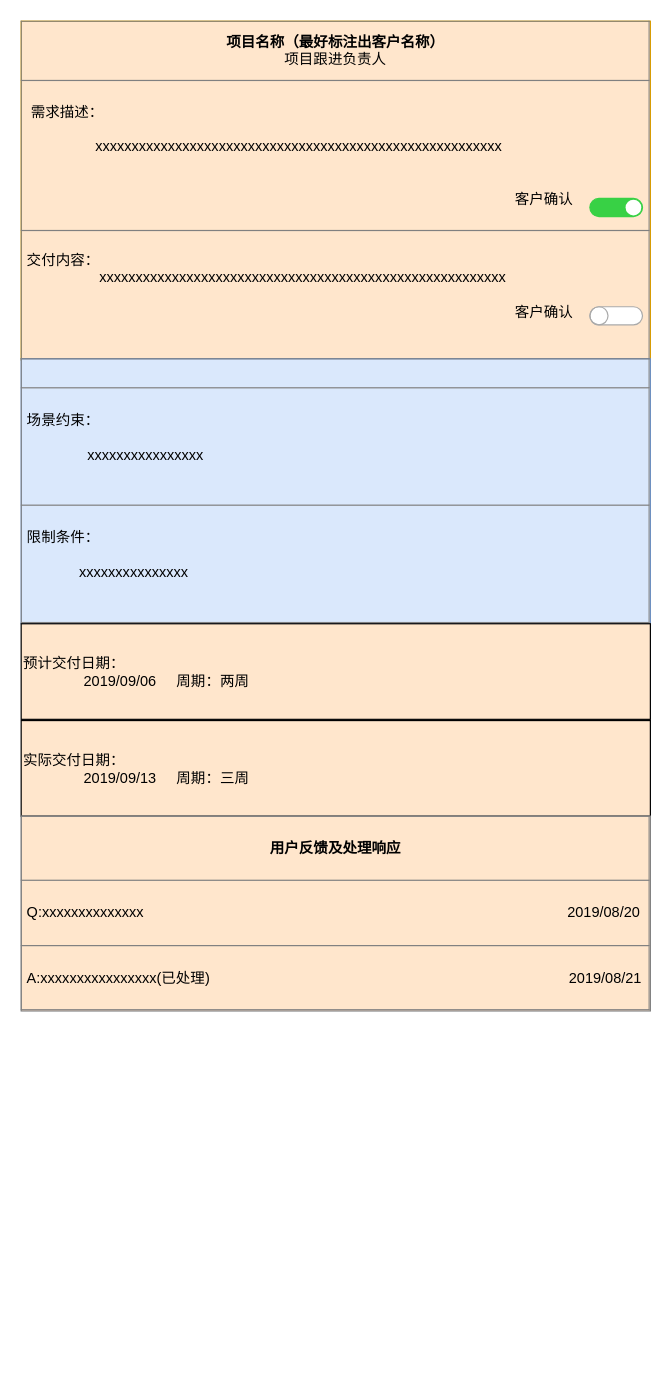
The draw.io diagram ProjectTemplateDoc.drawio in LiteZhang/OkMVP, before the edit. Source tidied: cells renumbered, new cells numbered last; positions are measured from the earlier drawing's top-left corner, leaving out a move shared by most shapes. Both pictures are drawn from the tidied source at 121%, with x=0, y=0 at pixel (21, 21).
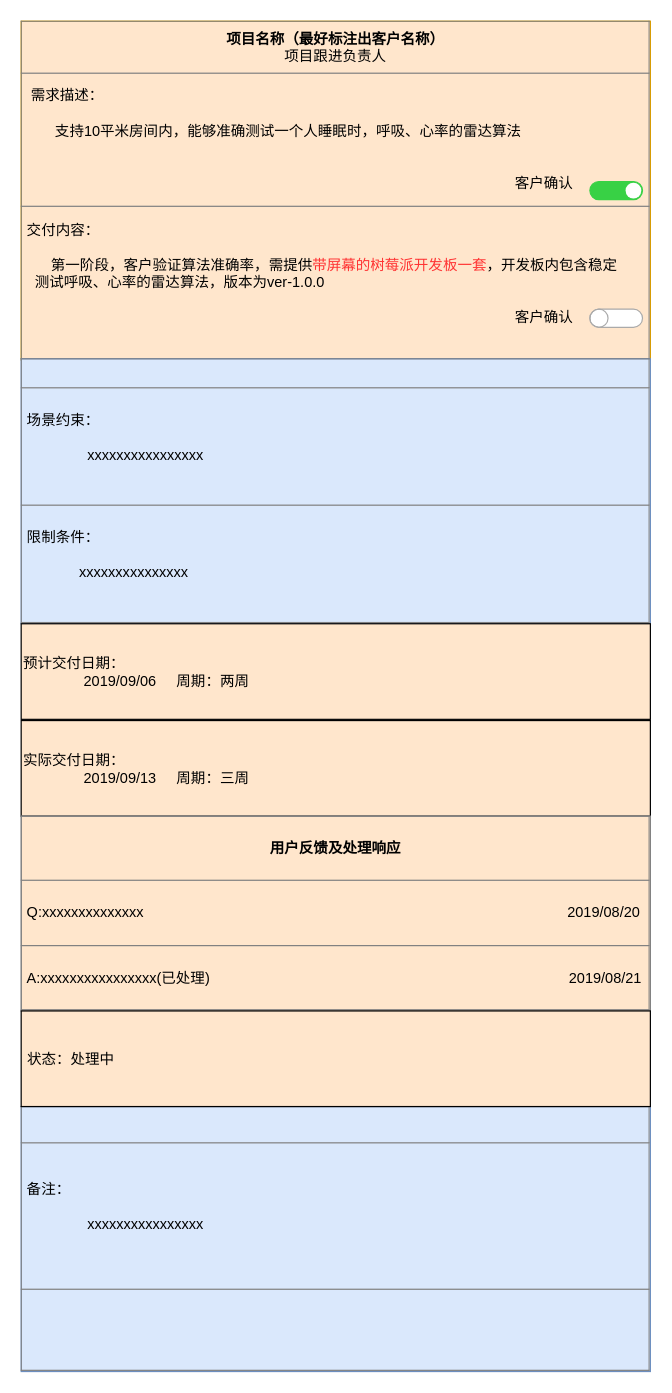
The same diagram, later.

Diff of the diagram source:
```diff
@@
 <mxGraphModel>
   <root>
     <mxCell id="0" />
     <mxCell id="1" parent="0" />
-    <mxCell id="2" value="&lt;table border=&quot;1&quot; width=&quot;100%&quot; cellpadding=&quot;4&quot; style=&quot;width: 100% ; height: 100% ; border-collapse: collapse&quot;&gt;&lt;tbody&gt;&lt;tr&gt;&lt;th align=&quot;center&quot;&gt;项目名称（最好标注出客户名称）&lt;br&gt;&lt;span style=&quot;font-weight: normal&quot;&gt;项目跟进负责人&lt;/span&gt;&lt;/th&gt;&lt;/tr&gt;&lt;tr&gt;&lt;td align=&quot;center&quot;&gt;&lt;div style=&quot;text-align: left&quot;&gt;&amp;nbsp;需求描述：&amp;nbsp;&amp;nbsp;&lt;/div&gt;&lt;div style=&quot;text-align: left&quot;&gt;&amp;nbsp; &amp;nbsp; &amp;nbsp; &amp;nbsp; &amp;nbsp; &amp;nbsp; &amp;nbsp; &amp;nbsp; &amp;nbsp; &amp;nbsp; &amp;nbsp; &amp;nbsp; &amp;nbsp; &amp;nbsp; &amp;nbsp; &amp;nbsp; &amp;nbsp; &amp;nbsp; &amp;nbsp; &amp;nbsp; &amp;nbsp; &amp;nbsp; &amp;nbsp; &amp;nbsp; &amp;nbsp; &amp;nbsp; &amp;nbsp; &amp;nbsp; &amp;nbsp; &amp;nbsp; &amp;nbsp; &amp;nbsp; &amp;nbsp; &amp;nbsp; &amp;nbsp; &amp;nbsp; &amp;nbsp; &amp;nbsp; &amp;nbsp; &amp;nbsp; &amp;nbsp; &amp;nbsp; &amp;nbsp; &amp;nbsp; &amp;nbsp; &amp;nbsp; &amp;nbsp; &amp;nbsp; &amp;nbsp; &amp;nbsp; &amp;nbsp; &amp;nbsp; &amp;nbsp; &amp;nbsp; &amp;nbsp; &amp;nbsp; &amp;nbsp; &amp;nbsp; &amp;nbsp; &amp;nbsp; &amp;nbsp;&amp;nbsp;&lt;/div&gt;&lt;div style=&quot;text-align: left&quot;&gt;&amp;nbsp; &amp;nbsp; &amp;nbsp; &amp;nbsp; &amp;nbsp; &amp;nbsp; &amp;nbsp; &amp;nbsp; &amp;nbsp;&lt;span&gt;xxxxxxxxxxxxxx&lt;/span&gt;&lt;span&gt;xxxxxxxxxxxxxx&lt;/span&gt;&lt;span&gt;xxxxxxxxxxxxxx&lt;/span&gt;&lt;span&gt;xxxxxxxxxxxxxx&lt;/span&gt;&lt;/div&gt;&lt;div style=&quot;text-align: left&quot;&gt;&lt;br&gt;&lt;/div&gt;&lt;div style=&quot;text-align: left&quot;&gt;&amp;nbsp; &amp;nbsp; &amp;nbsp; &amp;nbsp; &amp;nbsp; &amp;nbsp; &amp;nbsp; &amp;nbsp; &amp;nbsp; &amp;nbsp; &amp;nbsp; &amp;nbsp; &amp;nbsp; &amp;nbsp; &amp;nbsp; &amp;nbsp; &amp;nbsp; &amp;nbsp; &amp;nbsp; &amp;nbsp; &amp;nbsp; &amp;nbsp; &amp;nbsp; &amp;nbsp; &amp;nbsp; &amp;nbsp; &amp;nbsp; &amp;nbsp; &amp;nbsp; &amp;nbsp; &amp;nbsp; &amp;nbsp; &amp;nbsp; &amp;nbsp; &amp;nbsp; &amp;nbsp; &amp;nbsp; &amp;nbsp; &amp;nbsp; &amp;nbsp; &amp;nbsp; &amp;nbsp; &amp;nbsp; &amp;nbsp; &amp;nbsp; &amp;nbsp; &amp;nbsp; &amp;nbsp; &amp;nbsp; &amp;nbsp; &amp;nbsp; &amp;nbsp; &amp;nbsp; &amp;nbsp; &amp;nbsp; &amp;nbsp; &amp;nbsp; &amp;nbsp; &amp;nbsp; &amp;nbsp; &amp;nbsp;&lt;/div&gt;&lt;div style=&quot;text-align: left&quot;&gt;&amp;nbsp; &amp;nbsp; &amp;nbsp; &amp;nbsp; &amp;nbsp; &amp;nbsp; &amp;nbsp; &amp;nbsp; &amp;nbsp; &amp;nbsp; &amp;nbsp; &amp;nbsp; &amp;nbsp; &amp;nbsp; &amp;nbsp; &amp;nbsp; &amp;nbsp; &amp;nbsp; &amp;nbsp; &amp;nbsp; &amp;nbsp; &amp;nbsp; &amp;nbsp; &amp;nbsp; &amp;nbsp; &amp;nbsp; &amp;nbsp; &amp;nbsp; &amp;nbsp; &amp;nbsp; &amp;nbsp; &amp;nbsp; &amp;nbsp; &amp;nbsp; &amp;nbsp; &amp;nbsp; &amp;nbsp; &amp;nbsp; &amp;nbsp; &amp;nbsp; &amp;nbsp; &amp;nbsp; &amp;nbsp; &amp;nbsp; &amp;nbsp; &amp;nbsp; &amp;nbsp; &amp;nbsp; &amp;nbsp; &amp;nbsp; &amp;nbsp; &amp;nbsp; &amp;nbsp; &amp;nbsp; &amp;nbsp; &amp;nbsp; &amp;nbsp; &amp;nbsp; &amp;nbsp; &amp;nbsp; &amp;nbsp;客户确认&lt;/div&gt;&lt;/td&gt;&lt;/tr&gt;&lt;tr&gt;&lt;td align=&quot;center&quot; style=&quot;text-align: left&quot;&gt;交付内容：&lt;br&gt;&amp;nbsp; &amp;nbsp; &amp;nbsp; &amp;nbsp; &amp;nbsp; &amp;nbsp; &amp;nbsp; &amp;nbsp; &amp;nbsp; &lt;span&gt;xxxxxxxxxxxxxx&lt;/span&gt;&lt;span&gt;xxxxxxxxxxxxxx&lt;/span&gt;&lt;span&gt;xxxxxxxxxxxxxx&lt;/span&gt;&lt;span&gt;xxxxxxxxxxxxxx&lt;br&gt;&lt;br&gt;&amp;nbsp; &amp;nbsp; &amp;nbsp; &amp;nbsp; &amp;nbsp; &amp;nbsp; &amp;nbsp; &amp;nbsp; &amp;nbsp; &amp;nbsp; &amp;nbsp; &amp;nbsp; &amp;nbsp; &amp;nbsp; &amp;nbsp; &amp;nbsp; &amp;nbsp; &amp;nbsp; &amp;nbsp; &amp;nbsp; &amp;nbsp; &amp;nbsp; &amp;nbsp; &amp;nbsp; &amp;nbsp; &amp;nbsp; &amp;nbsp; &amp;nbsp; &amp;nbsp; &amp;nbsp; &amp;nbsp; &amp;nbsp; &amp;nbsp; &amp;nbsp; &amp;nbsp; &amp;nbsp; &amp;nbsp; &amp;nbsp; &amp;nbsp; &amp;nbsp; &amp;nbsp; &amp;nbsp; &amp;nbsp; &amp;nbsp; &amp;nbsp; &amp;nbsp; &amp;nbsp; &amp;nbsp; &amp;nbsp; &amp;nbsp; &amp;nbsp; &amp;nbsp; &amp;nbsp; &amp;nbsp; &amp;nbsp; &amp;nbsp; &amp;nbsp; &amp;nbsp; &amp;nbsp; &amp;nbsp; &amp;nbsp;客户确认&lt;br&gt;&lt;/span&gt;&lt;div&gt;&lt;br&gt;&lt;/div&gt;&lt;/td&gt;&lt;/tr&gt;&lt;/tbody&gt;&lt;/table&gt;" style="text;html=1;strokeColor=#d79b00;fillColor=#ffe6cc;overflow=fill;" parent="1" vertex="1">
+    <mxCell id="2" value="&lt;table border=&quot;1&quot; width=&quot;100%&quot; cellpadding=&quot;4&quot; style=&quot;width: 100% ; height: 100% ; border-collapse: collapse&quot;&gt;&lt;tbody&gt;&lt;tr&gt;&lt;th align=&quot;center&quot;&gt;项目名称（最好标注出客户名称）&lt;br&gt;&lt;span style=&quot;font-weight: normal&quot;&gt;项目跟进负责人&lt;/span&gt;&lt;/th&gt;&lt;/tr&gt;&lt;tr&gt;&lt;td align=&quot;center&quot;&gt;&lt;div style=&quot;text-align: left&quot;&gt;&amp;nbsp;需求描述：&amp;nbsp;&amp;nbsp;&lt;/div&gt;&lt;div style=&quot;text-align: left&quot;&gt;&amp;nbsp; &amp;nbsp; &amp;nbsp; &amp;nbsp; &amp;nbsp; &amp;nbsp; &amp;nbsp; &amp;nbsp; &amp;nbsp; &amp;nbsp; &amp;nbsp; &amp;nbsp; &amp;nbsp; &amp;nbsp; &amp;nbsp; &amp;nbsp; &amp;nbsp; &amp;nbsp; &amp;nbsp; &amp;nbsp; &amp;nbsp; &amp;nbsp; &amp;nbsp; &amp;nbsp; &amp;nbsp; &amp;nbsp; &amp;nbsp; &amp;nbsp; &amp;nbsp; &amp;nbsp; &amp;nbsp; &amp;nbsp; &amp;nbsp; &amp;nbsp; &amp;nbsp; &amp;nbsp; &amp;nbsp; &amp;nbsp; &amp;nbsp; &amp;nbsp; &amp;nbsp; &amp;nbsp; &amp;nbsp; &amp;nbsp; &amp;nbsp; &amp;nbsp; &amp;nbsp; &amp;nbsp; &amp;nbsp; &amp;nbsp; &amp;nbsp; &amp;nbsp; &amp;nbsp; &amp;nbsp; &amp;nbsp; &amp;nbsp; &amp;nbsp; &amp;nbsp; &amp;nbsp; &amp;nbsp; &amp;nbsp;&amp;nbsp;&lt;/div&gt;&lt;div style=&quot;text-align: left&quot;&gt;&amp;nbsp; &amp;nbsp; &amp;nbsp; &amp;nbsp;支持10平米房间内，能够准确测试一个人睡眠时，呼吸、心率的雷达算法&lt;/div&gt;&lt;div style=&quot;text-align: left&quot;&gt;&lt;br&gt;&lt;/div&gt;&lt;div style=&quot;text-align: left&quot;&gt;&amp;nbsp; &amp;nbsp; &amp;nbsp; &amp;nbsp; &amp;nbsp; &amp;nbsp; &amp;nbsp; &amp;nbsp; &amp;nbsp; &amp;nbsp; &amp;nbsp; &amp;nbsp; &amp;nbsp; &amp;nbsp; &amp;nbsp; &amp;nbsp; &amp;nbsp; &amp;nbsp; &amp;nbsp; &amp;nbsp; &amp;nbsp; &amp;nbsp; &amp;nbsp; &amp;nbsp; &amp;nbsp; &amp;nbsp; &amp;nbsp; &amp;nbsp; &amp;nbsp; &amp;nbsp; &amp;nbsp; &amp;nbsp; &amp;nbsp; &amp;nbsp; &amp;nbsp; &amp;nbsp; &amp;nbsp; &amp;nbsp; &amp;nbsp; &amp;nbsp; &amp;nbsp; &amp;nbsp; &amp;nbsp; &amp;nbsp; &amp;nbsp; &amp;nbsp; &amp;nbsp; &amp;nbsp; &amp;nbsp; &amp;nbsp; &amp;nbsp; &amp;nbsp; &amp;nbsp; &amp;nbsp; &amp;nbsp; &amp;nbsp; &amp;nbsp; &amp;nbsp; &amp;nbsp; &amp;nbsp; &amp;nbsp;&lt;/div&gt;&lt;div style=&quot;text-align: left&quot;&gt;&amp;nbsp; &amp;nbsp; &amp;nbsp; &amp;nbsp; &amp;nbsp; &amp;nbsp; &amp;nbsp; &amp;nbsp; &amp;nbsp; &amp;nbsp; &amp;nbsp; &amp;nbsp; &amp;nbsp; &amp;nbsp; &amp;nbsp; &amp;nbsp; &amp;nbsp; &amp;nbsp; &amp;nbsp; &amp;nbsp; &amp;nbsp; &amp;nbsp; &amp;nbsp; &amp;nbsp; &amp;nbsp; &amp;nbsp; &amp;nbsp; &amp;nbsp; &amp;nbsp; &amp;nbsp; &amp;nbsp; &amp;nbsp; &amp;nbsp; &amp;nbsp; &amp;nbsp; &amp;nbsp; &amp;nbsp; &amp;nbsp; &amp;nbsp; &amp;nbsp; &amp;nbsp; &amp;nbsp; &amp;nbsp; &amp;nbsp; &amp;nbsp; &amp;nbsp; &amp;nbsp; &amp;nbsp; &amp;nbsp; &amp;nbsp; &amp;nbsp; &amp;nbsp; &amp;nbsp; &amp;nbsp; &amp;nbsp; &amp;nbsp; &amp;nbsp; &amp;nbsp; &amp;nbsp; &amp;nbsp; &amp;nbsp;客户确认&lt;/div&gt;&lt;/td&gt;&lt;/tr&gt;&lt;tr&gt;&lt;td align=&quot;center&quot; style=&quot;text-align: left&quot;&gt;交付内容：&lt;br&gt;&lt;br&gt;&amp;nbsp; &amp;nbsp; &amp;nbsp; 第一阶段，客户验证算法准确率，需提供&lt;font color=&quot;#ff3333&quot;&gt;带屏幕的树莓派开发板一套&lt;/font&gt;，开发板内包含稳定&lt;br&gt;&lt;span&gt;&amp;nbsp; 测试呼吸、心率的雷达算法，版本为ver-1.0.0&lt;br&gt;&lt;br&gt;&amp;nbsp; &amp;nbsp; &amp;nbsp; &amp;nbsp; &amp;nbsp; &amp;nbsp; &amp;nbsp; &amp;nbsp; &amp;nbsp; &amp;nbsp; &amp;nbsp; &amp;nbsp; &amp;nbsp; &amp;nbsp; &amp;nbsp; &amp;nbsp; &amp;nbsp; &amp;nbsp; &amp;nbsp; &amp;nbsp; &amp;nbsp; &amp;nbsp; &amp;nbsp; &amp;nbsp; &amp;nbsp; &amp;nbsp; &amp;nbsp; &amp;nbsp; &amp;nbsp; &amp;nbsp; &amp;nbsp; &amp;nbsp; &amp;nbsp; &amp;nbsp; &amp;nbsp; &amp;nbsp; &amp;nbsp; &amp;nbsp; &amp;nbsp; &amp;nbsp; &amp;nbsp; &amp;nbsp; &amp;nbsp; &amp;nbsp; &amp;nbsp; &amp;nbsp; &amp;nbsp; &amp;nbsp; &amp;nbsp; &amp;nbsp; &amp;nbsp; &amp;nbsp; &amp;nbsp; &amp;nbsp; &amp;nbsp; &amp;nbsp; &amp;nbsp; &amp;nbsp; &amp;nbsp; &amp;nbsp; &amp;nbsp;客户确认&lt;br&gt;&lt;/span&gt;&lt;div&gt;&lt;br&gt;&lt;/div&gt;&lt;/td&gt;&lt;/tr&gt;&lt;/tbody&gt;&lt;/table&gt;" style="text;html=1;strokeColor=#d79b00;fillColor=#ffe6cc;overflow=fill;" parent="1" vertex="1">
       <mxGeometry width="520" height="280" as="geometry" />
     </mxCell>
     <mxCell id="3" style="html=1;verticalLabelPosition=bottom;labelBackgroundColor=#ffffff;verticalAlign=top;shadow=0;dashed=0;strokeWidth=1;shape=mxgraph.ios7ui.onOffButton;buttonState=on;strokeColor=#38D145;strokeColor2=#aaaaaa;fillColor=#38D145;fillColor2=#ffffff;" parent="1" vertex="1">
-      <mxGeometry x="470" y="146.5" width="43.5" height="15" as="geometry" />
+      <mxGeometry x="470" y="132.5" width="43.5" height="15" as="geometry" />
     </mxCell>
     <mxCell id="4" style="html=1;verticalLabelPosition=bottom;labelBackgroundColor=#ffffff;verticalAlign=top;shadow=0;dashed=0;strokeWidth=1;shape=mxgraph.ios7ui.onOffButton;buttonState=off;strokeColor=#38D145;strokeColor2=#aaaaaa;fillColor=#38D145;fillColor2=#ffffff;" parent="1" vertex="1">
-      <mxGeometry x="470" y="236" width="43.5" height="15" as="geometry" />
+      <mxGeometry x="470" y="238" width="43.5" height="15" as="geometry" />
     </mxCell>
     <mxCell id="5" value="&lt;table border=&quot;1&quot; width=&quot;100%&quot; cellpadding=&quot;4&quot; style=&quot;width: 100% ; height: 100% ; border-collapse: collapse&quot;&gt;&lt;tbody&gt;&lt;tr&gt;&lt;th align=&quot;center&quot;&gt;&lt;br&gt;&lt;/th&gt;&lt;/tr&gt;&lt;tr&gt;&lt;td align=&quot;center&quot; style=&quot;text-align: left&quot;&gt;&lt;br&gt;场景约束：&lt;br&gt;&lt;br&gt;&amp;nbsp; &amp;nbsp; &amp;nbsp; &amp;nbsp; &amp;nbsp; &amp;nbsp; &amp;nbsp; &amp;nbsp;xxxxxxxxxxxxxxxx&lt;br&gt;&lt;br&gt;&lt;br&gt;&lt;/td&gt;&lt;/tr&gt;&lt;tr&gt;&lt;td align=&quot;center&quot; style=&quot;text-align: left&quot;&gt;&lt;br&gt;限制条件：&lt;br&gt;&amp;nbsp; &amp;nbsp; &amp;nbsp; &amp;nbsp; &amp;nbsp; &amp;nbsp; &amp;nbsp; &lt;br&gt;&amp;nbsp; &amp;nbsp; &amp;nbsp; &amp;nbsp; &amp;nbsp; &amp;nbsp; &amp;nbsp;xxxxxxxxxxxxxxx&lt;br&gt;&lt;br&gt;&lt;br&gt;&lt;/td&gt;&lt;/tr&gt;&lt;/tbody&gt;&lt;/table&gt;" style="text;html=1;strokeColor=#6c8ebf;fillColor=#dae8fc;overflow=fill;" parent="1" vertex="1">
       <mxGeometry y="279" width="520" height="219" as="geometry" />
     </mxCell>
     <mxCell id="6" value="预计交付日期：&lt;br&gt;&amp;nbsp; &amp;nbsp; &amp;nbsp; &amp;nbsp; &amp;nbsp; &amp;nbsp; &amp;nbsp; &amp;nbsp;2019/09/06&amp;nbsp; &amp;nbsp; &amp;nbsp;周期：两周" style="rounded=0;whiteSpace=wrap;html=1;align=left;fillColor=#ffe6cc;strokeColor=#000000;" parent="1" vertex="1">
       <mxGeometry y="498" width="520" height="79" as="geometry" />
     </mxCell>
     <mxCell id="7" value="实际交付日期：&lt;br&gt;&amp;nbsp; &amp;nbsp; &amp;nbsp; &amp;nbsp; &amp;nbsp; &amp;nbsp; &amp;nbsp; &amp;nbsp;2019/09/13&amp;nbsp; &amp;nbsp; &amp;nbsp;周期：三周" style="rounded=0;whiteSpace=wrap;html=1;align=left;fillColor=#ffe6cc;strokeColor=#000000;" parent="1" vertex="1">
       <mxGeometry y="578" width="520" height="79" as="geometry" />
     </mxCell>
     <mxCell id="8" value="&lt;table border=&quot;1&quot; width=&quot;100%&quot; cellpadding=&quot;4&quot; style=&quot;width: 100% ; height: 100% ; border-collapse: collapse&quot;&gt;&lt;tbody&gt;&lt;tr&gt;&lt;th align=&quot;center&quot;&gt;用户反馈及处理响应&lt;/th&gt;&lt;/tr&gt;&lt;tr&gt;&lt;td align=&quot;center&quot; style=&quot;text-align: left&quot;&gt;Q:xxxxxxxxxxxxxx&amp;nbsp; &amp;nbsp; &amp;nbsp; &amp;nbsp; &amp;nbsp; &amp;nbsp; &amp;nbsp; &amp;nbsp; &amp;nbsp; &amp;nbsp; &amp;nbsp; &amp;nbsp; &amp;nbsp; &amp;nbsp; &amp;nbsp; &amp;nbsp; &amp;nbsp; &amp;nbsp; &amp;nbsp; &amp;nbsp; &amp;nbsp; &amp;nbsp; &amp;nbsp; &amp;nbsp; &amp;nbsp; &amp;nbsp; &amp;nbsp; &amp;nbsp; &amp;nbsp; &amp;nbsp; &amp;nbsp; &amp;nbsp; &amp;nbsp; &amp;nbsp; &amp;nbsp; &amp;nbsp; &amp;nbsp; &amp;nbsp; &amp;nbsp; &amp;nbsp; &amp;nbsp; &amp;nbsp; &amp;nbsp; &amp;nbsp; &amp;nbsp; &amp;nbsp; &amp;nbsp; &amp;nbsp; &amp;nbsp; &amp;nbsp; &amp;nbsp; &amp;nbsp; &amp;nbsp;2019/08/20&lt;br&gt;&lt;/td&gt;&lt;/tr&gt;&lt;tr&gt;&lt;td align=&quot;center&quot; style=&quot;text-align: left&quot;&gt;A:xxxxxxxxxxxxxxxx(已处理)&amp;nbsp; &amp;nbsp; &amp;nbsp; &amp;nbsp; &amp;nbsp; &amp;nbsp; &amp;nbsp; &amp;nbsp; &amp;nbsp; &amp;nbsp; &amp;nbsp; &amp;nbsp; &amp;nbsp; &amp;nbsp; &amp;nbsp; &amp;nbsp; &amp;nbsp; &amp;nbsp; &amp;nbsp; &amp;nbsp; &amp;nbsp; &amp;nbsp; &amp;nbsp; &amp;nbsp; &amp;nbsp; &amp;nbsp; &amp;nbsp; &amp;nbsp; &amp;nbsp; &amp;nbsp; &amp;nbsp; &amp;nbsp; &amp;nbsp; &amp;nbsp; &amp;nbsp; &amp;nbsp; &amp;nbsp; &amp;nbsp; &amp;nbsp; &amp;nbsp; &amp;nbsp; &amp;nbsp; &amp;nbsp; &amp;nbsp; &amp;nbsp;2019/08/21&lt;/td&gt;&lt;/tr&gt;&lt;/tbody&gt;&lt;/table&gt;" style="text;html=1;strokeColor=#808080;fillColor=#ffe6cc;overflow=fill;" parent="1" vertex="1">
       <mxGeometry y="657" width="520" height="161" as="geometry" />
     </mxCell>
+    <mxCell id="9" value="&lt;table border=&quot;1&quot; width=&quot;100%&quot; cellpadding=&quot;4&quot; style=&quot;width: 100% ; height: 100% ; border-collapse: collapse&quot;&gt;&lt;tbody&gt;&lt;tr&gt;&lt;th align=&quot;center&quot;&gt;&lt;br&gt;&lt;/th&gt;&lt;/tr&gt;&lt;tr&gt;&lt;td align=&quot;center&quot; style=&quot;text-align: left&quot;&gt;&lt;br&gt;备注：&lt;br&gt;&lt;br&gt;&amp;nbsp; &amp;nbsp; &amp;nbsp; &amp;nbsp; &amp;nbsp; &amp;nbsp; &amp;nbsp; &amp;nbsp;xxxxxxxxxxxxxxxx&lt;br&gt;&lt;br&gt;&lt;br&gt;&lt;/td&gt;&lt;/tr&gt;&lt;tr&gt;&lt;td align=&quot;center&quot; style=&quot;text-align: left&quot;&gt;&lt;br&gt;&amp;nbsp;&lt;br&gt;&lt;br&gt;&lt;/td&gt;&lt;/tr&gt;&lt;/tbody&gt;&lt;/table&gt;" style="text;html=1;strokeColor=#6c8ebf;fillColor=#dae8fc;overflow=fill;" parent="1" vertex="1">
+      <mxGeometry y="897" width="520" height="219" as="geometry" />
+    </mxCell>
+    <mxCell id="10" value="&amp;nbsp;状态：处理中" style="rounded=0;whiteSpace=wrap;html=1;align=left;fillColor=#ffe6cc;strokeColor=#000000;" parent="1" vertex="1">
+      <mxGeometry y="818" width="520" height="79" as="geometry" />
+    </mxCell>
   </root>
 </mxGraphModel>
```
